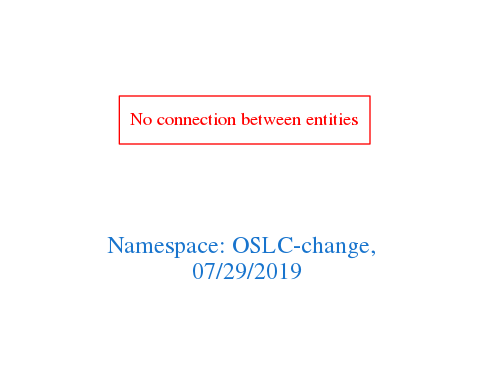
The Graphviz diagram downloads/OSLC-change.png in arago/OGIT, before a commit. Its source is kept beside it as downloads/OSLC-change.dot.
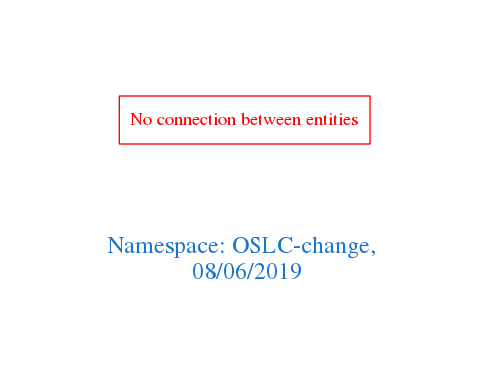
Above is the later version.

The edit, as a diff of the source:
```diff
@@ -1,7 +1,7 @@
 digraph OGIT_ontology {
  graph [ rankdir= LR,pad=1
 fontsize = 18,
-fontcolor= dodgerblue3,label = "\n\n\nNamespace: OSLC-change, \n 07/29/2019"];
+fontcolor= dodgerblue3,label = "\n\n\nNamespace: OSLC-change, \n 08/06/2019"];
 node[shape=polygon];
 edge [  color="gray81"];
 
```
